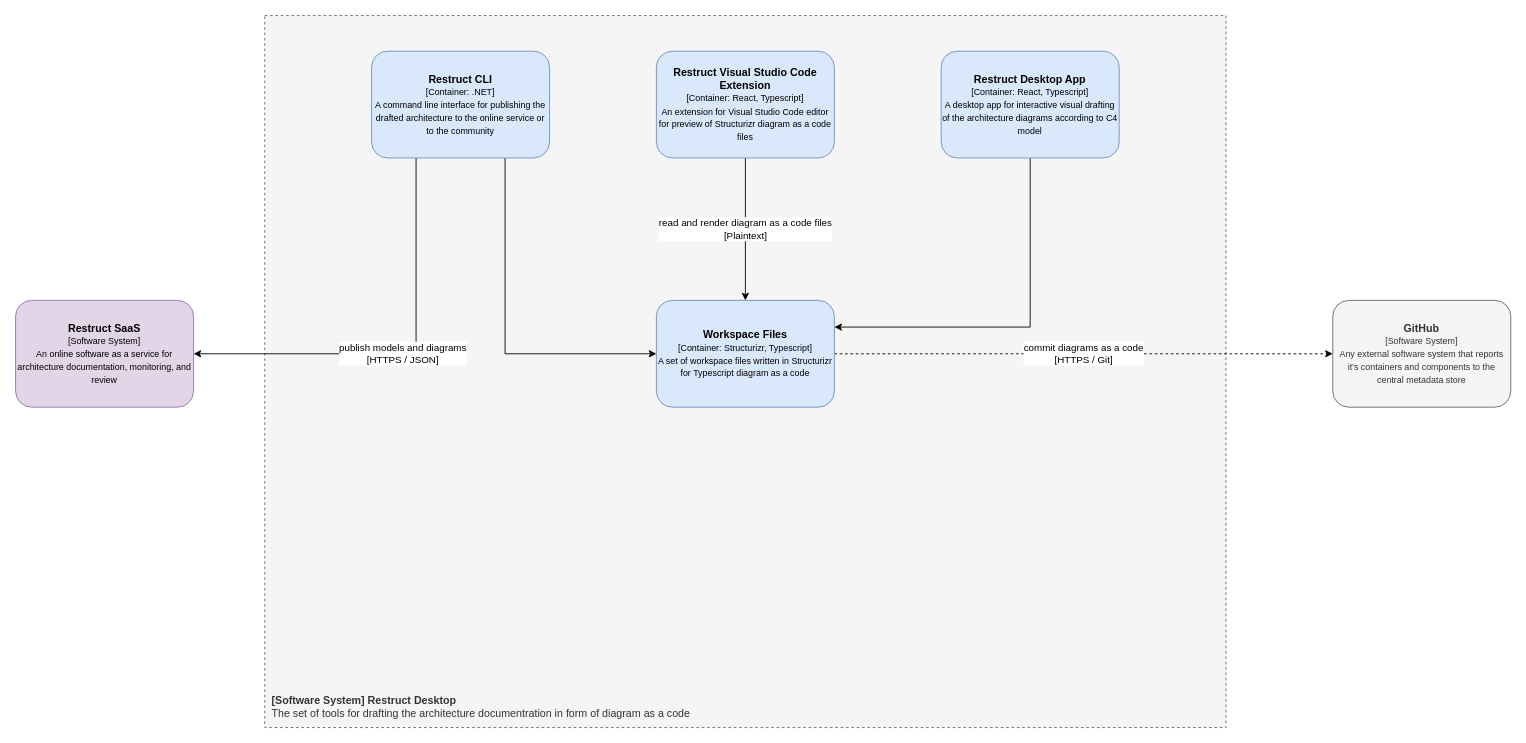
This is page "desktop.container" (3 of 4) of docs/architecture.drawio from JustMeGaaRa/restruct, a draw.io file, before an edit. Source tidied: cells renumbered, new cells numbered last; positions are measured from the earlier drawing's top-left corner, leaving out a move shared by most shapes. Both pictures are drawn from the tidied source at 89%, with x=0, y=0 at pixel (15, 15).
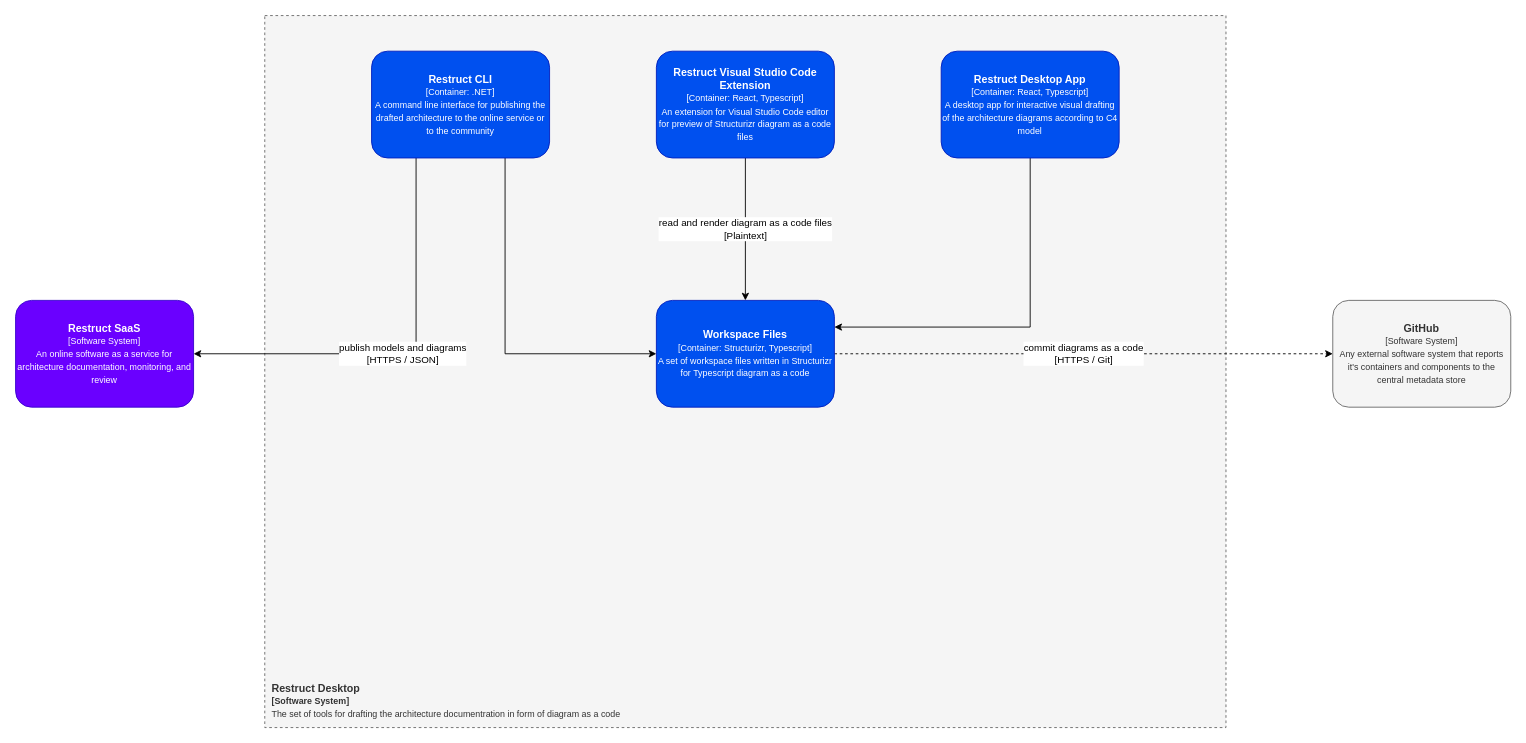
The same diagram, later.

Change to the diagram source:
```diff
@@
 <mxGraphModel>
   <root>
     <mxCell id="0" />
     <mxCell id="1" parent="0" />
-    <mxCell id="2" value="&lt;b&gt;[Software System] Restruct Desktop&lt;/b&gt;&lt;br&gt;The set of tools for drafting the architecture documentration in form of diagram as a code" style="rounded=0;whiteSpace=wrap;html=1;verticalAlign=bottom;align=left;spacing=8;dashed=1;fillColor=#f5f5f5;fontColor=#333333;strokeColor=#666666;" parent="1" vertex="1">
+    <mxCell id="2" value="&lt;b&gt;Restruct Desktop&lt;br&gt;&lt;/b&gt;&lt;b&gt;&lt;font style=&quot;font-size: 10px;&quot;&gt;[Software System]&amp;nbsp;&lt;/font&gt;&lt;/b&gt;&lt;br&gt;&lt;font style=&quot;font-size: 10px;&quot;&gt;The set of tools for drafting the architecture documentration in form of diagram as a code&lt;/font&gt;" style="rounded=0;whiteSpace=wrap;html=1;verticalAlign=bottom;align=left;spacing=8;dashed=1;fillColor=#f5f5f5;fontColor=#333333;strokeColor=#666666;" parent="1" vertex="1">
       <mxGeometry x="280" width="1080" height="800" as="geometry" />
     </mxCell>
     <mxCell id="3" value="read and render diagram as a code files&lt;br&gt;[Plaintext]" style="edgeStyle=orthogonalEdgeStyle;rounded=0;jettySize=auto;html=1;" parent="1" edge="1" source="4" target="6">
       <mxGeometry relative="1" as="geometry" />
     </mxCell>
-    <mxCell id="4" value="&lt;b&gt;Restruct Visual Studio Code Extension&lt;/b&gt;&lt;br&gt;&lt;font style=&quot;font-size: 10px&quot;&gt;[Container: React, Typescript]&lt;br&gt;An extension for Visual Studio Code editor for preview of Structurizr diagram as a code files&lt;/font&gt;" style="rounded=1;whiteSpace=wrap;html=1;align=center;strokeColor=#6c8ebf;fillColor=#dae8fc;comic=0;" parent="1" vertex="1">
+    <mxCell id="4" value="&lt;b&gt;Restruct Visual Studio Code Extension&lt;/b&gt;&lt;br&gt;&lt;font style=&quot;font-size: 10px&quot;&gt;[Container: React, Typescript]&lt;br&gt;An extension for Visual Studio Code editor for preview of Structurizr diagram as a code files&lt;/font&gt;" style="rounded=1;whiteSpace=wrap;html=1;align=center;strokeColor=#001DBC;fillColor=#0050ef;comic=0;fontColor=#ffffff;" parent="1" vertex="1">
       <mxGeometry x="720" y="40" width="200" height="120" as="geometry" />
     </mxCell>
     <mxCell id="5" value="commit diagrams as a code&lt;br&gt;[HTTPS / Git]" style="edgeStyle=orthogonalEdgeStyle;rounded=0;jettySize=auto;html=1;dashed=1;" parent="1" edge="1" source="6" target="13">
       <mxGeometry relative="1" as="geometry" />
     </mxCell>
-    <mxCell id="6" value="&lt;b&gt;Workspace Files&lt;/b&gt;&lt;br&gt;&lt;font style=&quot;font-size: 10px&quot;&gt;[Container: Structurizr, Typescript]&lt;br&gt;A set of workspace files written in Structurizr for Typescript diagram as a code&lt;br&gt;&lt;/font&gt;" style="rounded=1;whiteSpace=wrap;html=1;align=center;strokeColor=#6c8ebf;fillColor=#dae8fc;comic=0;" parent="1" vertex="1">
+    <mxCell id="6" value="&lt;b&gt;Workspace Files&lt;/b&gt;&lt;br&gt;&lt;font style=&quot;font-size: 10px&quot;&gt;[Container: Structurizr, Typescript]&lt;br&gt;A set of workspace files written in Structurizr for Typescript diagram as a code&lt;br&gt;&lt;/font&gt;" style="rounded=1;whiteSpace=wrap;html=1;align=center;strokeColor=#001DBC;fillColor=#0050ef;comic=0;fontColor=#ffffff;" parent="1" vertex="1">
       <mxGeometry x="720" y="320" width="200" height="120" as="geometry" />
     </mxCell>
     <mxCell id="7" style="edgeStyle=orthogonalEdgeStyle;rounded=0;jettySize=auto;html=1;entryX=1;entryY=0.25;entryDx=0;entryDy=0;exitX=0.5;exitY=1;exitDx=0;exitDy=0;" parent="1" edge="1" source="8" target="6">
       <mxGeometry relative="1" as="geometry" />
     </mxCell>
-    <mxCell id="8" value="&lt;b&gt;Restruct Desktop App&lt;/b&gt;&lt;br&gt;&lt;font style=&quot;font-size: 10px&quot;&gt;[Container: React, Typescript]&lt;br&gt;A desktop app for interactive visual drafting of the architecture diagrams according to C4 model&lt;/font&gt;" style="rounded=1;whiteSpace=wrap;html=1;align=center;strokeColor=#6c8ebf;fillColor=#dae8fc;comic=0;" parent="1" vertex="1">
+    <mxCell id="8" value="&lt;b&gt;Restruct Desktop App&lt;/b&gt;&lt;br&gt;&lt;font style=&quot;font-size: 10px&quot;&gt;[Container: React, Typescript]&lt;br&gt;A desktop app for interactive visual drafting of the architecture diagrams according to C4 model&lt;/font&gt;" style="rounded=1;whiteSpace=wrap;html=1;align=center;strokeColor=#001DBC;fillColor=#0050ef;comic=0;fontColor=#ffffff;" parent="1" vertex="1">
       <mxGeometry x="1040" y="40" width="200" height="120" as="geometry" />
     </mxCell>
     <mxCell id="9" value="publish models and diagrams&lt;br&gt;[HTTPS / JSON]" style="edgeStyle=orthogonalEdgeStyle;rounded=0;jettySize=auto;html=1;exitX=0.25;exitY=1;exitDx=0;exitDy=0;entryX=1;entryY=0.5;entryDx=0;entryDy=0;" parent="1" edge="1" source="11" target="12">
       <mxGeometry relative="1" as="geometry" />
     </mxCell>
     <mxCell id="10" style="edgeStyle=orthogonalEdgeStyle;rounded=0;jettySize=auto;html=1;entryX=0;entryY=0.5;entryDx=0;entryDy=0;exitX=0.75;exitY=1;exitDx=0;exitDy=0;" parent="1" edge="1" source="11" target="6">
       <mxGeometry relative="1" as="geometry" />
     </mxCell>
-    <mxCell id="11" value="&lt;b&gt;Restruct CLI&lt;/b&gt;&lt;br&gt;&lt;font style=&quot;font-size: 10px&quot;&gt;[Container: .NET]&lt;br&gt;A command line interface for publishing the drafted architecture to the online service or to the community&lt;/font&gt;" style="rounded=1;whiteSpace=wrap;html=1;align=center;strokeColor=#6c8ebf;fillColor=#dae8fc;comic=0;" parent="1" vertex="1">
+    <mxCell id="11" value="&lt;b&gt;Restruct CLI&lt;/b&gt;&lt;br&gt;&lt;font style=&quot;font-size: 10px&quot;&gt;[Container: .NET]&lt;br&gt;A command line interface for publishing the drafted architecture to the online service or to the community&lt;/font&gt;" style="rounded=1;whiteSpace=wrap;html=1;align=center;strokeColor=#001DBC;fillColor=#0050ef;comic=0;fontColor=#ffffff;" parent="1" vertex="1">
       <mxGeometry x="400" y="40" width="200" height="120" as="geometry" />
     </mxCell>
-    <mxCell id="12" value="&lt;b&gt;Restruct SaaS&lt;/b&gt;&lt;br&gt;&lt;font style=&quot;font-size: 10px&quot;&gt;[Software System]&lt;br&gt;An online software as a service for architecture documentation, monitoring, and review&lt;br&gt;&lt;/font&gt;" style="rounded=1;whiteSpace=wrap;html=1;align=center;strokeColor=#9673a6;fillColor=#e1d5e7;comic=0;" parent="1" vertex="1">
+    <mxCell id="12" value="&lt;b&gt;Restruct SaaS&lt;/b&gt;&lt;br&gt;&lt;font style=&quot;font-size: 10px&quot;&gt;[Software System]&lt;br&gt;An online software as a service for architecture documentation, monitoring, and review&lt;br&gt;&lt;/font&gt;" style="rounded=1;whiteSpace=wrap;html=1;align=center;strokeColor=#3700CC;fillColor=#6a00ff;comic=0;fontColor=#ffffff;" parent="1" vertex="1">
       <mxGeometry y="320" width="200" height="120" as="geometry" />
     </mxCell>
     <mxCell id="13" value="&lt;b&gt;GitHub&lt;/b&gt;&lt;br&gt;&lt;font style=&quot;font-size: 10px&quot;&gt;[Software System]&lt;br&gt;Any external software system that reports it's containers and components to the central metadata store&lt;br&gt;&lt;/font&gt;" style="rounded=1;whiteSpace=wrap;html=1;align=center;strokeColor=#666666;fillColor=#f5f5f5;comic=0;fontColor=#333333;" parent="1" vertex="1">
       <mxGeometry x="1480" y="320" width="200" height="120" as="geometry" />
     </mxCell>
   </root>
 </mxGraphModel>
```
